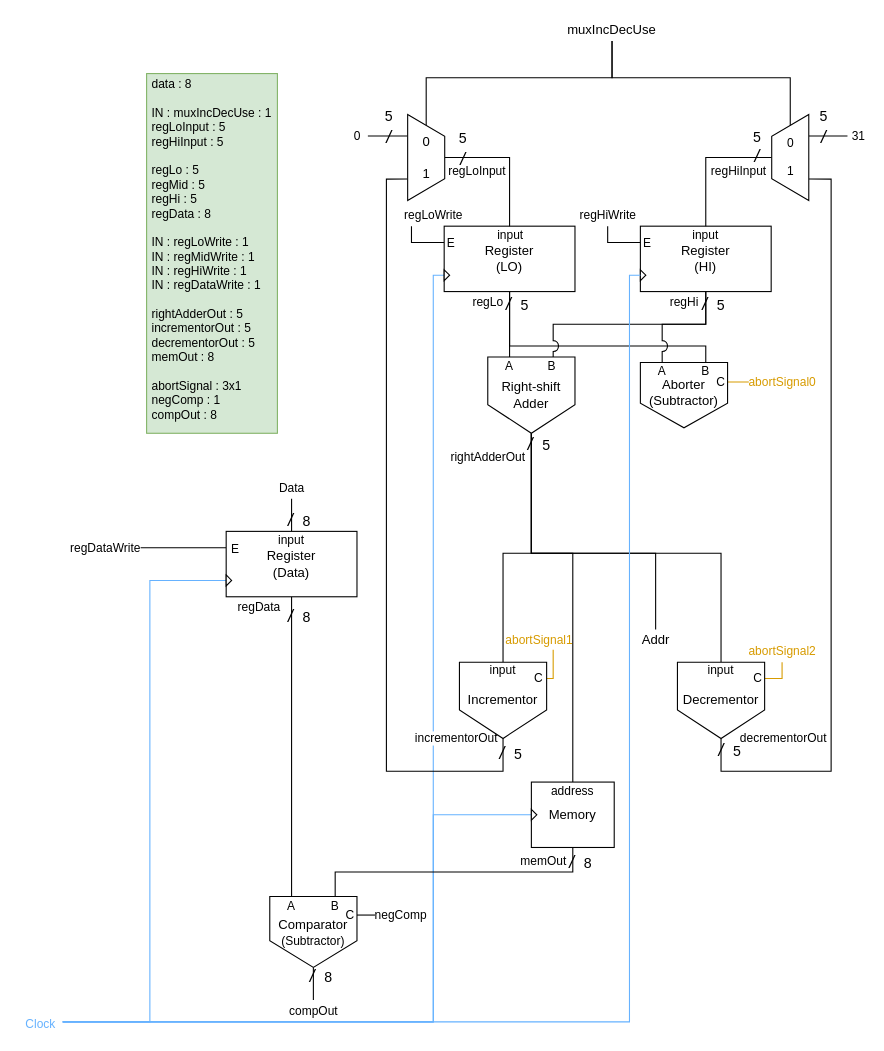
This is labs/lab11/L11P2/data path diagram.drawio from featherbear/UNSW-COMP3222, a draw.io file, before an edit. Source tidied: cells renumbered, new cells numbered last; positions are measured from the earlier drawing's top-left corner, leaving out a move shared by most shapes. Both pictures are drawn from the tidied source at 109%, with x=0, y=0 at pixel (19, 19).
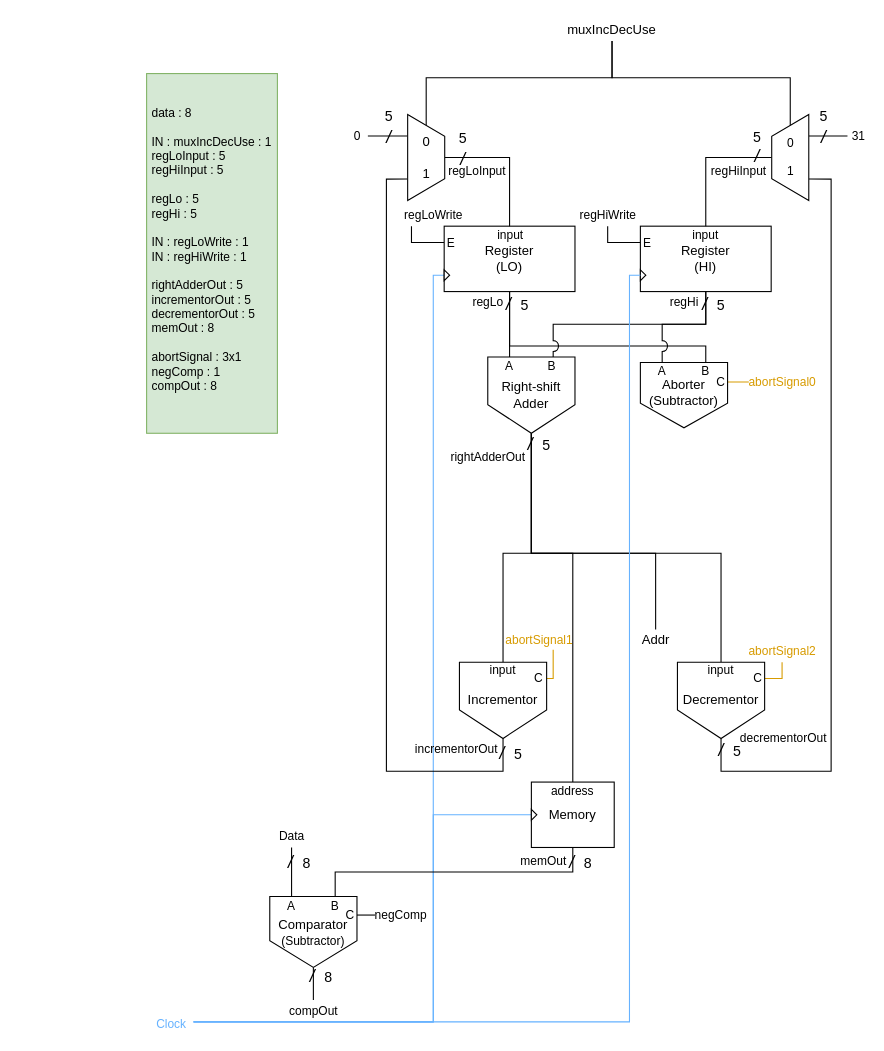
The same diagram, later.

Commit message (it also covers changes not shown here):
Fix datapath diagram

Remove old components and signals

Unchanged cells that the change refers to:
```xml
<mxCell id="15" value="Comparator&lt;br&gt;&lt;font style=&quot;font-size: 11px&quot;&gt;(Subtractor)&lt;/font&gt;" style="shape=offPageConnector;whiteSpace=wrap;html=1;verticalAlign=middle;" parent="1" vertex="1">
  <mxGeometry x="230" y="805" width="80" height="65" as="geometry" />
</mxCell>
<mxCell id="22" value="Incrementor" style="shape=offPageConnector;whiteSpace=wrap;html=1;" parent="1" vertex="1">
  <mxGeometry x="404" y="590" width="80" height="70" as="geometry" />
</mxCell>
<mxCell id="27" value="0&lt;br&gt;&lt;br&gt;&lt;div&gt;1&lt;/div&gt;" style="shape=trapezoid;perimeter=trapezoidPerimeter;whiteSpace=wrap;html=1;fixedSize=1;rotation=90;horizontal=0;align=center;" parent="1" vertex="1">
  <mxGeometry x="334" y="110" width="79" height="34" as="geometry" />
</mxCell>
```

What changed in the source:
```diff
@@
-    <mxCell id="5" style="edgeStyle=orthogonalEdgeStyle;rounded=0;jumpStyle=arc;jumpSize=10;jettySize=auto;html=1;exitX=1;exitY=0.5;exitDx=0;exitDy=0;entryX=0;entryY=0.5;entryDx=0;entryDy=0;labelBackgroundColor=#ffffff;startSize=6;endArrow=none;endFill=0;strokeColor=#66B2FF;fontSize=16;fontColor=none;" parent="1" edge="1" source="47" target="44">
-      <mxGeometry relative="1" as="geometry">
-        <Array as="points">
-          <mxPoint x="120" y="920" />
-          <mxPoint x="120" y="515" />
-        </Array>
-      </mxGeometry>
-    </mxCell>
@@
-    <mxCell id="21" value="incrementorOut" style="edgeStyle=orthogonalEdgeStyle;rounded=0;jettySize=auto;html=1;entryX=0.75;entryY=1;entryDx=0;entryDy=0;endArrow=none;endFill=0;" parent="1" edge="1" source="22" target="27">
-      <mxGeometry x="-0.79" y="-30" relative="1" as="geometry">
+    <mxCell id="21" value="incrementorOut" style="edgeStyle=orthogonalEdgeStyle;rounded=0;jettySize=auto;html=1;entryX=0.75;entryY=1;entryDx=0;entryDy=0;endArrow=none;endFill=0;labelBackgroundColor=none;" parent="1" edge="1" source="22" target="27">
+      <mxGeometry x="-0.79" y="-20" relative="1" as="geometry">
         <Array as="points">
           <mxPoint x="444" y="690" />
           <mxPoint x="337" y="690" />
           <mxPoint x="337" y="147" />
         </Array>
       </mxGeometry>
     </mxCell>
@@
-    <mxCell id="36" value="regDataWrite" style="edgeStyle=orthogonalEdgeStyle;rounded=0;jettySize=auto;html=1;exitX=0;exitY=0.25;exitDx=0;exitDy=0;endArrow=none;endFill=0;" parent="1" edge="1" source="39">
-      <mxGeometry x="1" y="30" relative="1" as="geometry">
-        <mxPoint x="110" y="485" as="targetPoint" />
-        <mxPoint x="-30" y="-30" as="offset" />
-      </mxGeometry>
-    </mxCell>
-    <mxCell id="37" value="Data" style="edgeStyle=orthogonalEdgeStyle;rounded=0;jettySize=auto;html=1;exitX=0.5;exitY=0;exitDx=0;exitDy=0;endArrow=none;endFill=0;" parent="1" edge="1" source="39">
+    <mxCell id="37" value="Data" style="edgeStyle=orthogonalEdgeStyle;rounded=0;jettySize=auto;html=1;endArrow=none;endFill=0;exitX=0.25;exitY=0;exitDx=0;exitDy=0;" parent="1" edge="1" source="15">
       <mxGeometry x="1" y="10" relative="1" as="geometry">
-        <mxPoint x="250" y="440" as="targetPoint" />
+        <mxPoint x="250" y="760" as="targetPoint" />
         <mxPoint x="10" y="-10" as="offset" />
       </mxGeometry>
     </mxCell>
-    <mxCell id="38" value="regData" style="edgeStyle=orthogonalEdgeStyle;rounded=0;jettySize=auto;html=1;exitX=0.5;exitY=1;exitDx=0;exitDy=0;entryX=0.25;entryY=0;entryDx=0;entryDy=0;endArrow=none;endFill=0;" parent="1" edge="1" source="39" target="15">
-      <mxGeometry x="-0.93" y="-30" relative="1" as="geometry">
-        <Array as="points">
-          <mxPoint x="250" y="530" />
-        </Array>
-      </mxGeometry>
-    </mxCell>
-    <mxCell id="39" value="Register&lt;br&gt;(Data)" style="rounded=0;whiteSpace=wrap;html=1;" parent="1" vertex="1">
-      <mxGeometry x="190" y="470" width="120" height="60" as="geometry" />
-    </mxCell>
@@
-    <mxCell id="44" style="triangle;whiteSpace=wrap;html=1;fontSize=16;fontColor=none;" parent="1" vertex="1">
-      <mxGeometry x="190" y="510" width="5" height="10" as="geometry" />
-    </mxCell>
@@
     <mxCell id="47" value="&lt;font style=&quot;font-size: 11px&quot; color=&quot;#66b2ff&quot;&gt;Clock&lt;/font&gt;" style="rounded=0;whiteSpace=wrap;html=1;fontSize=16;fontColor=none;fillColor=none;strokeColor=none;" parent="1" vertex="1">
-      <mxGeometry y="910" width="40" height="20" as="geometry" />
+      <mxGeometry x="120" y="910" width="40" height="20" as="geometry" />
     </mxCell>
@@
-    <mxCell id="54" value="E" style="text;html=1;align=center;verticalAlign=middle;fontSize=11;fontColor=none;" parent="1" vertex="1">
-      <mxGeometry x="188" y="476" width="20" height="20" as="geometry" />
-    </mxCell>
@@
-    <mxCell id="59" value="&lt;font style=&quot;font-size: 16px&quot;&gt;&lt;i&gt;/&lt;/i&gt;&amp;nbsp; &lt;/font&gt;&lt;font style=&quot;font-size: 13px&quot;&gt;8&lt;/font&gt;" style="text;html=1;align=center;verticalAlign=middle;fontSize=11;fontColor=none;" parent="1" vertex="1">
-      <mxGeometry x="237" y="538" width="40" height="20" as="geometry" />
-    </mxCell>
@@
-    <mxCell id="65" value="&lt;br&gt;data : 8&lt;br&gt;&lt;br&gt;IN :&amp;nbsp;muxIncDecUse : 1&lt;br&gt;regLoInput : 5&lt;br&gt;regHiInput : 5&lt;br&gt;&lt;br&gt;regLo : 5&lt;br&gt;regMid : 5&lt;br&gt;regHi : 5&lt;br&gt;regData : 8&lt;br&gt;&lt;br&gt;IN : regLoWrite : 1&lt;br&gt;IN : regMidWrite : 1&lt;br&gt;IN :&amp;nbsp;regHiWrite : 1&lt;br&gt;IN :&amp;nbsp;regDataWrite : 1&lt;br&gt;&lt;br&gt;rightAdderOut : 5&lt;br&gt;incrementorOut : 5&lt;br&gt;decrementorOut : 5&lt;br&gt;memOut : 8&lt;br&gt;&lt;br&gt;abortSignal : 3x1&lt;br&gt;negComp : 1&lt;br&gt;compOut : 8" style="text;html=1;strokeColor=#82b366;fillColor=#d5e8d4;spacing=5;spacingTop=-20;whiteSpace=wrap;overflow=hidden;rounded=0;fontSize=11;align=left;verticalAlign=middle;" parent="1" vertex="1">
+    <mxCell id="65" value="&lt;br&gt;data : 8&lt;br&gt;&lt;br&gt;IN :&amp;nbsp;muxIncDecUse : 1&lt;br&gt;regLoInput : 5&lt;br&gt;regHiInput : 5&lt;br&gt;&lt;br&gt;regLo : 5&lt;br&gt;regHi : 5&lt;br&gt;&lt;br&gt;IN : regLoWrite : 1&lt;br&gt;IN :&amp;nbsp;regHiWrite : 1&lt;br&gt;&lt;br&gt;rightAdderOut : 5&lt;br&gt;incrementorOut : 5&lt;br&gt;decrementorOut : 5&lt;br&gt;memOut : 8&lt;br&gt;&lt;br&gt;abortSignal : 3x1&lt;br&gt;negComp : 1&lt;br&gt;compOut : 8" style="text;html=1;strokeColor=#82b366;fillColor=#d5e8d4;spacing=5;spacingTop=-20;whiteSpace=wrap;overflow=hidden;rounded=0;fontSize=11;align=left;verticalAlign=middle;" parent="1" vertex="1">
       <mxGeometry x="117" y="50" width="120" height="330" as="geometry" />
     </mxCell>
@@
     <mxCell id="68" value="&lt;font style=&quot;font-size: 16px&quot;&gt;&lt;i&gt;/&lt;/i&gt;&amp;nbsp; &lt;/font&gt;&lt;font style=&quot;font-size: 13px&quot;&gt;8&lt;/font&gt;" style="text;html=1;align=center;verticalAlign=middle;fontSize=11;fontColor=none;" parent="1" vertex="1">
-      <mxGeometry x="237" y="450" width="40" height="20" as="geometry" />
+      <mxGeometry x="237" y="763" width="40" height="20" as="geometry" />
     </mxCell>
@@
-    <mxCell id="76" value="input" style="text;html=1;strokeColor=none;fillColor=none;align=center;verticalAlign=middle;whiteSpace=wrap;rounded=0;fontSize=11;" parent="1" vertex="1">
-      <mxGeometry x="244" y="473" width="12" height="10" as="geometry" />
-    </mxCell>
```
